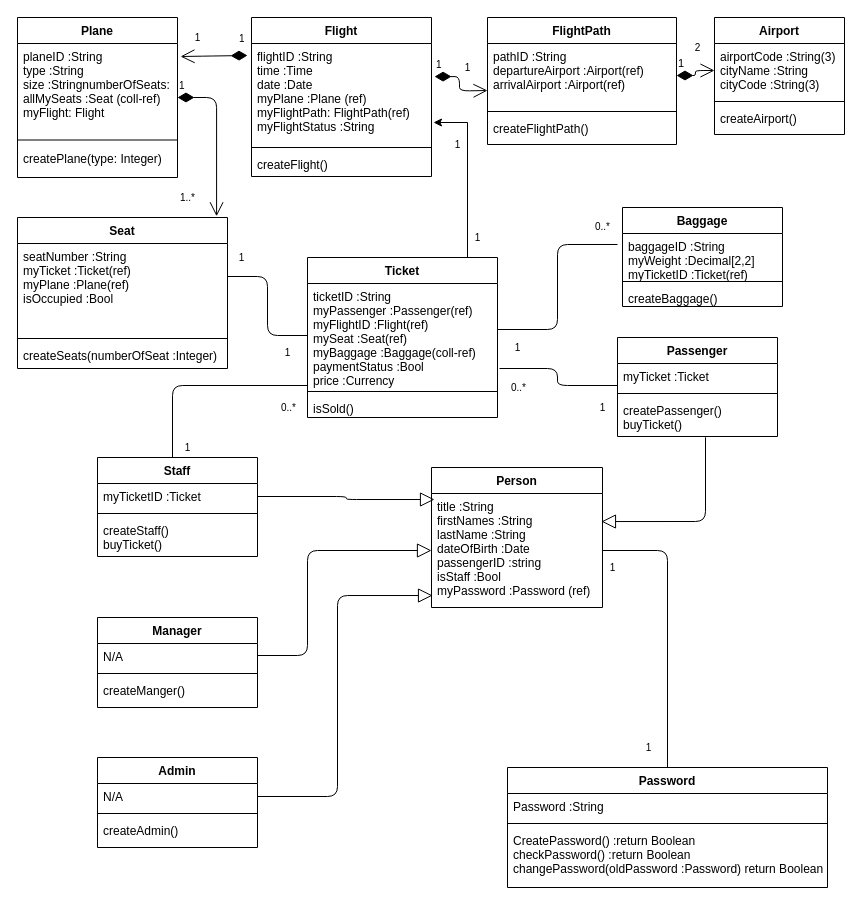
Above: Untitled Diagram.drawio in trannthany/Jade_OOD (draw.io), before the change. Source tidied: cells renumbered, new cells numbered last; positions are measured from the earlier drawing's top-left corner, leaving out a move shared by most shapes. Both pictures are drawn from the tidied source at 100%, with x=0, y=0 at pixel (17, 17).
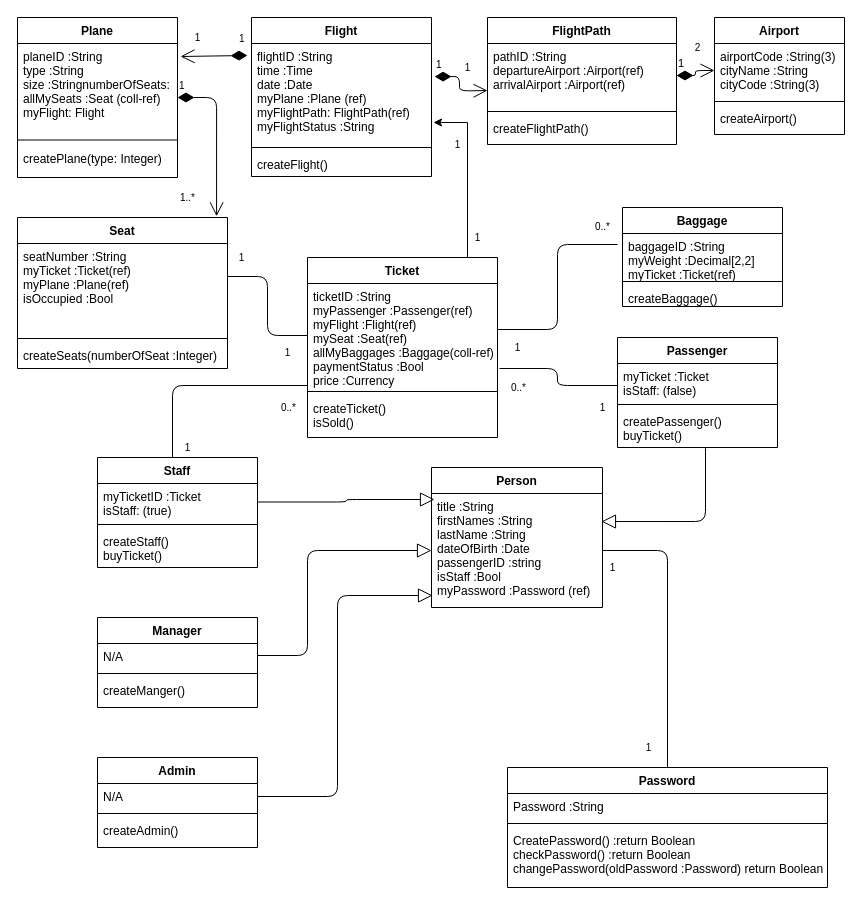
Above is the later version.

Unchanged cells that the change refers to:
```xml
<mxCell id="78" value="Baggage" style="swimlane;fontStyle=1;align=center;verticalAlign=top;horizontal=1;startSize=26;" parent="1" vertex="1">
  <mxGeometry x="605" y="190" width="160" height="99" as="geometry" />
</mxCell>
```

What changed in the source:
```diff
@@
     <mxCell id="19" value="Ticket" style="swimlane;fontStyle=1;align=center;verticalAlign=top;horizontal=1;startSize=26;" parent="1" vertex="1">
-      <mxGeometry x="290" y="240" width="190" height="160" as="geometry" />
+      <mxGeometry x="290" y="240" width="190" height="180" as="geometry" />
     </mxCell>
-    <mxCell id="20" value="ticketID :String&#10;myPassenger :Passenger(ref)&#10;myFlightID :Flight(ref)&#10;mySeat :Seat(ref)&#10;myBaggage :Baggage(coll-ref)&#10;paymentStatus :Bool&#10;price :Currency" style="text;strokeColor=none;fillColor=none;align=left;verticalAlign=top;spacingLeft=4;spacingRight=4;overflow=hidden;points=[[0,0.5],[1,0.5]];portConstraint=eastwest;" parent="19" vertex="1">
+    <mxCell id="20" value="ticketID :String&#10;myPassenger :Passenger(ref)&#10;myFlight :Flight(ref)&#10;mySeat :Seat(ref)&#10;allMyBaggages :Baggage(coll-ref)&#10;paymentStatus :Bool&#10;price :Currency" style="text;strokeColor=none;fillColor=none;align=left;verticalAlign=top;spacingLeft=4;spacingRight=4;overflow=hidden;points=[[0,0.5],[1,0.5]];portConstraint=eastwest;" parent="19" vertex="1">
       <mxGeometry y="26" width="190" height="104" as="geometry" />
     </mxCell>
@@
-    <mxCell id="22" value="isSold()" style="text;strokeColor=none;fillColor=none;align=left;verticalAlign=top;spacingLeft=4;spacingRight=4;overflow=hidden;" parent="19" vertex="1">
-      <mxGeometry y="138" width="190" height="22" as="geometry" />
+    <mxCell id="22" value="createTicket()&#10;isSold()" style="text;strokeColor=none;fillColor=none;align=left;verticalAlign=top;spacingLeft=4;spacingRight=4;overflow=hidden;" parent="19" vertex="1">
+      <mxGeometry y="138" width="190" height="42" as="geometry" />
     </mxCell>
@@
     <mxCell id="40" value="Staff" style="swimlane;fontStyle=1;align=center;verticalAlign=top;horizontal=1;startSize=26;" parent="1" vertex="1">
-      <mxGeometry x="80" y="440" width="160" height="99" as="geometry" />
+      <mxGeometry x="80" y="440" width="160" height="110" as="geometry" />
     </mxCell>
-    <mxCell id="41" value="myTicketID :Ticket" style="text;strokeColor=none;fillColor=none;align=left;verticalAlign=top;spacingLeft=4;spacingRight=4;overflow=hidden;points=[[0,0.5],[1,0.5]];portConstraint=eastwest;" parent="40" vertex="1">
-      <mxGeometry y="26" width="160" height="26" as="geometry" />
+    <mxCell id="41" value="myTicketID :Ticket&#10;isStaff: (true)&#10;" style="text;strokeColor=none;fillColor=none;align=left;verticalAlign=top;spacingLeft=4;spacingRight=4;overflow=hidden;points=[[0,0.5],[1,0.5]];portConstraint=eastwest;" parent="40" vertex="1">
+      <mxGeometry y="26" width="160" height="37" as="geometry" />
     </mxCell>
     <mxCell id="42" style="line;strokeWidth=1;fillColor=none;align=left;verticalAlign=middle;spacingTop=-1;spacingLeft=3;spacingRight=3;labelPosition=right;" parent="40" vertex="1">
-      <mxGeometry y="52" width="160" height="8" as="geometry" />
+      <mxGeometry y="63" width="160" height="8" as="geometry" />
     </mxCell>
     <mxCell id="43" value="createStaff()&#10;buyTicket()" style="text;strokeColor=none;fillColor=none;align=left;verticalAlign=top;spacingLeft=4;spacingRight=4;overflow=hidden;" parent="40" vertex="1">
-      <mxGeometry y="60" width="160" height="39" as="geometry" />
+      <mxGeometry y="71" width="160" height="39" as="geometry" />
     </mxCell>
@@
     <mxCell id="68" value="Passenger" style="swimlane;fontStyle=1;align=center;verticalAlign=top;horizontal=1;startSize=26;" parent="1" vertex="1">
-      <mxGeometry x="600" y="320" width="160" height="99" as="geometry" />
+      <mxGeometry x="600" y="320" width="160" height="110" as="geometry" />
     </mxCell>
-    <mxCell id="69" value="myTicket :Ticket" style="text;strokeColor=none;fillColor=none;align=left;verticalAlign=top;spacingLeft=4;spacingRight=4;overflow=hidden;" parent="68" vertex="1">
-      <mxGeometry y="26" width="160" height="26" as="geometry" />
+    <mxCell id="69" value="myTicket :Ticket&#10;isStaff: (false)&#10;" style="text;strokeColor=none;fillColor=none;align=left;verticalAlign=top;spacingLeft=4;spacingRight=4;overflow=hidden;" parent="68" vertex="1">
+      <mxGeometry y="26" width="160" height="37" as="geometry" />
     </mxCell>
     <mxCell id="70" style="line;strokeWidth=1;fillColor=none;align=left;verticalAlign=middle;spacingTop=-1;spacingLeft=3;spacingRight=3;labelPosition=right;" parent="68" vertex="1">
-      <mxGeometry y="52" width="160" height="8" as="geometry" />
+      <mxGeometry y="63" width="160" height="8" as="geometry" />
     </mxCell>
     <mxCell id="71" value="createPassenger()&#10;buyTicket()" style="text;strokeColor=none;fillColor=none;align=left;verticalAlign=top;spacingLeft=4;spacingRight=4;overflow=hidden;points=[[0,0.5],[1,0.5]];portConstraint=eastwest;" parent="68" vertex="1">
-      <mxGeometry y="60" width="160" height="39" as="geometry" />
+      <mxGeometry y="71" width="160" height="39" as="geometry" />
     </mxCell>
@@
-    <mxCell id="79" value="baggageID :String&#10;myWeight :Decimal[2,2]&#10;myTicketID :Ticket(ref)" style="text;strokeColor=none;fillColor=none;align=left;verticalAlign=top;spacingLeft=4;spacingRight=4;overflow=hidden;points=[[0,0.5],[1,0.5]];portConstraint=eastwest;" parent="78" vertex="1">
+    <mxCell id="79" value="baggageID :String&#10;myWeight :Decimal[2,2]&#10;myTicket :Ticket(ref)" style="text;strokeColor=none;fillColor=none;align=left;verticalAlign=top;spacingLeft=4;spacingRight=4;overflow=hidden;points=[[0,0.5],[1,0.5]];portConstraint=eastwest;" parent="78" vertex="1">
       <mxGeometry y="26" width="160" height="44" as="geometry" />
     </mxCell>
```
